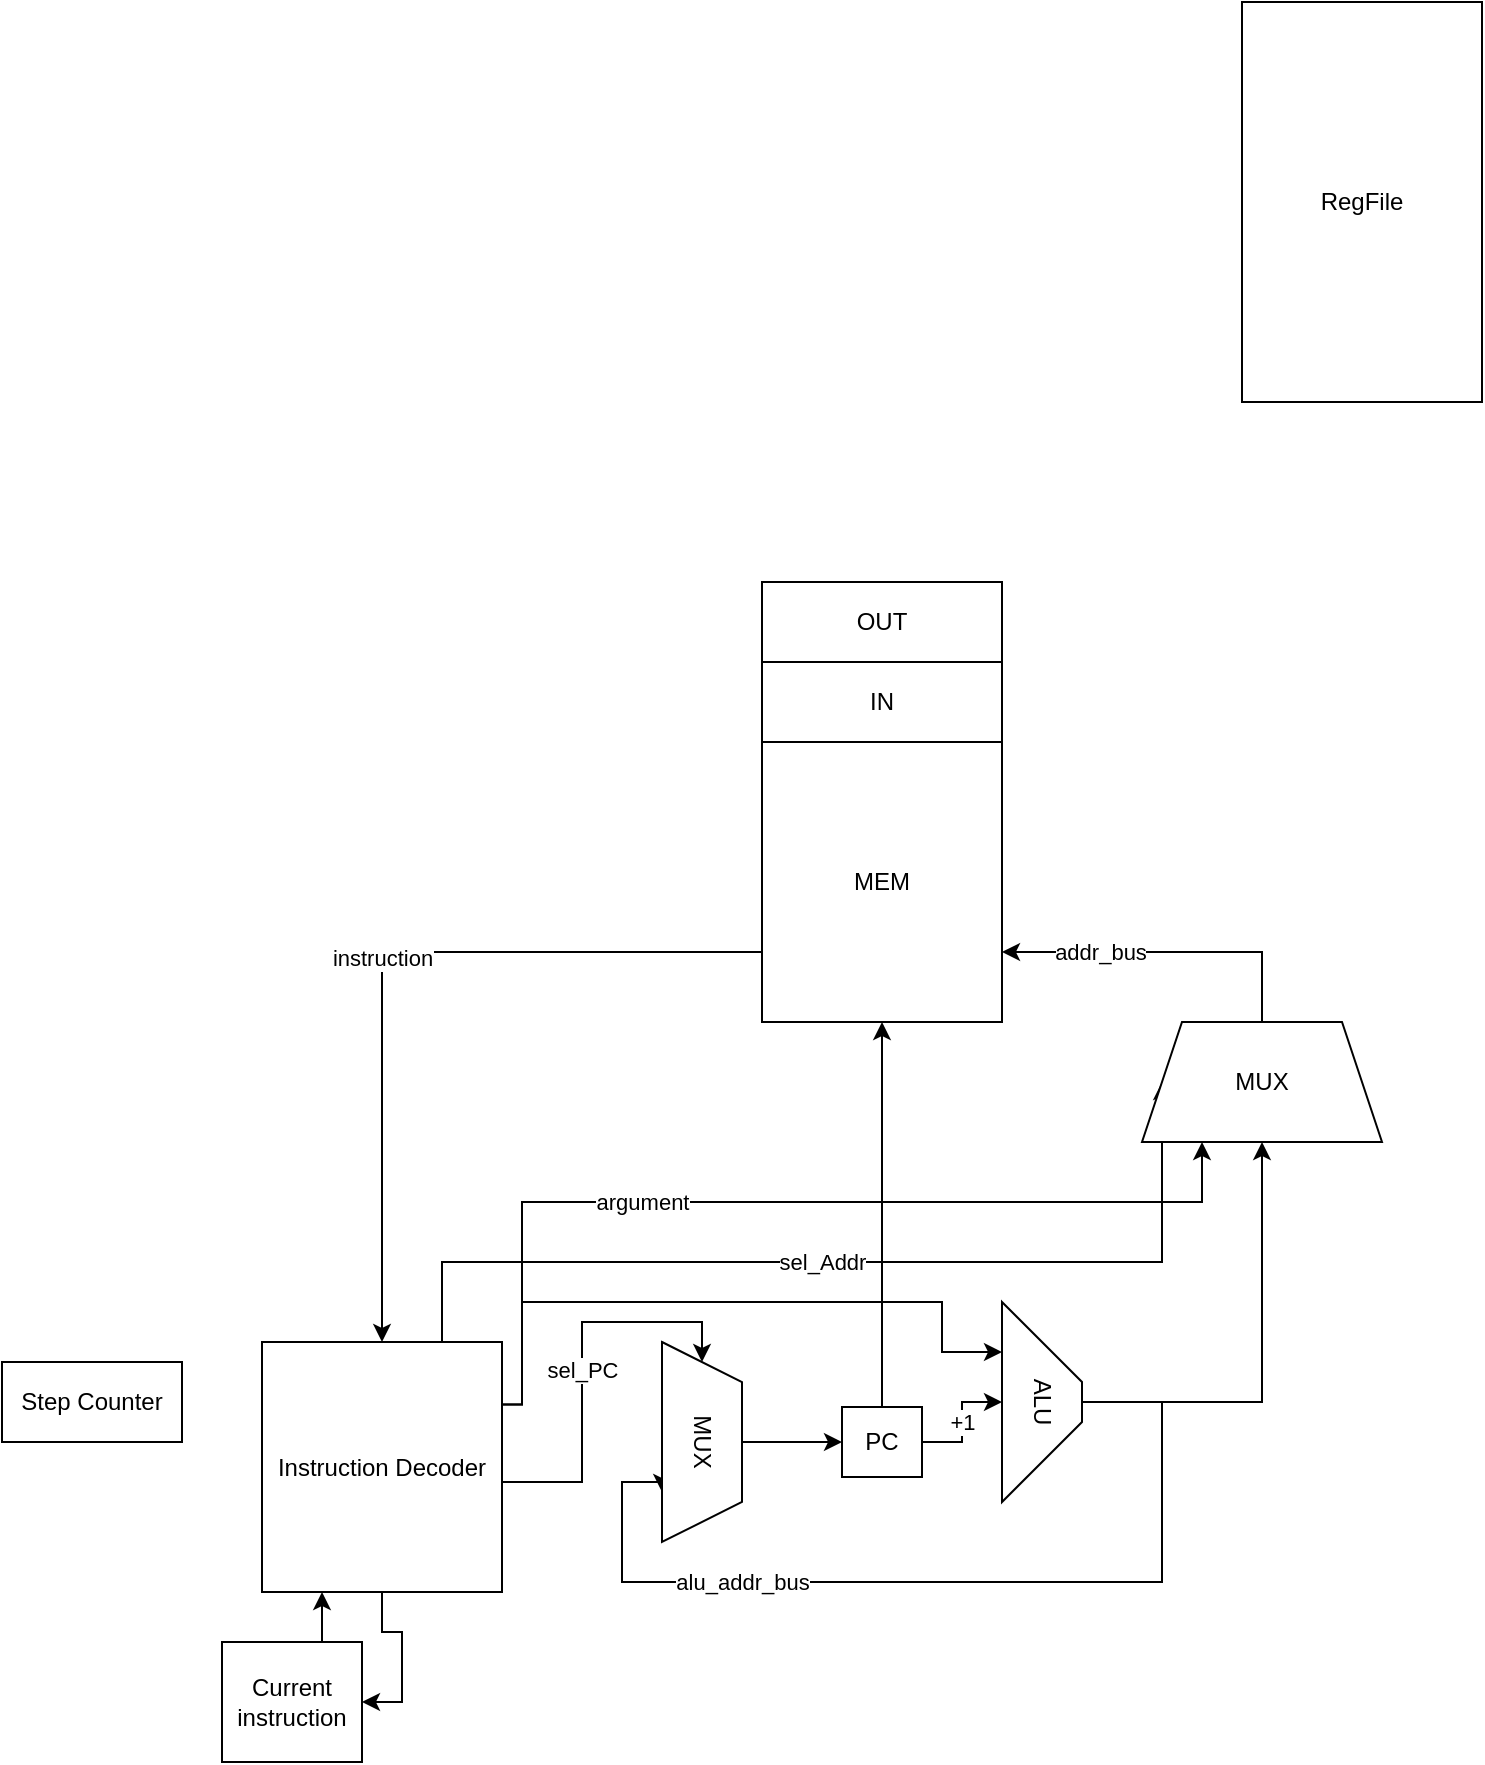
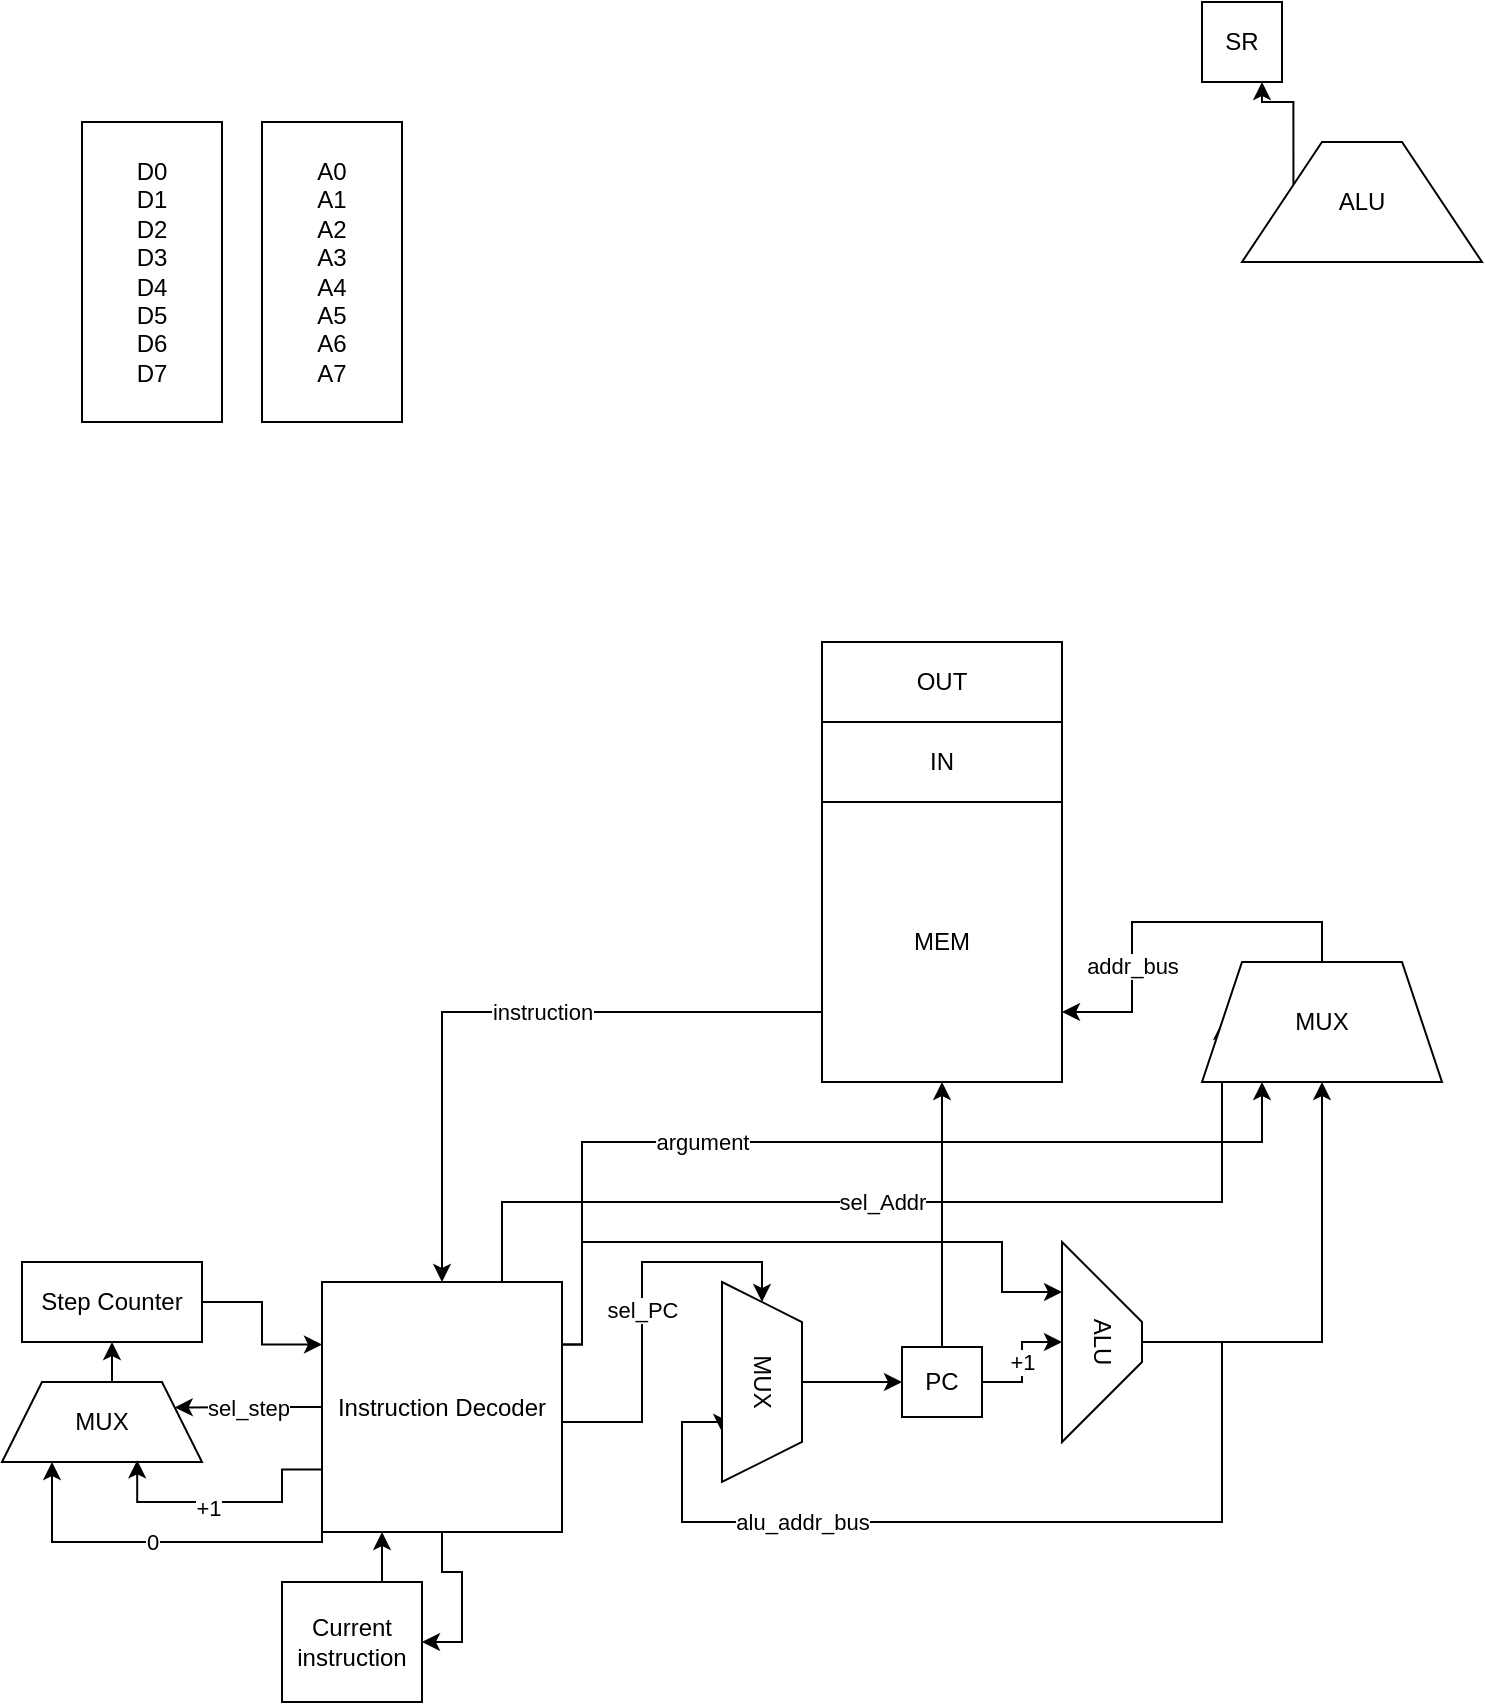
<mxfile host="app.diagrams.net">
  <diagram name="Page-1" id="vD0c1nyJ2qsoY4smOO1c">
    <mxGraphModel dx="776" dy="638" grid="1" gridSize="10" guides="1" tooltips="1" connect="1" arrows="1" fold="1" page="1" pageScale="1" pageWidth="850" pageHeight="1100" math="0" shadow="0">
      <root>
        <mxCell id="0" />
        <mxCell id="1" parent="0" />
-         <mxCell id="tmCgyVSAr47gJ168LUJc-6" parent="1" style="rounded=0;whiteSpace=wrap;html=1;" value="RegFile" vertex="1">
-           <mxGeometry height="200" width="120" x="650" y="60" as="geometry" />
+         <mxCell id="tmCgyVSAr47gJ168LUJc-6" parent="1" style="rounded=0;whiteSpace=wrap;html=1;" value="D0&lt;div&gt;D1&lt;/div&gt;&lt;div&gt;D2&lt;/div&gt;&lt;div&gt;D3&lt;/div&gt;&lt;div&gt;D4&lt;/div&gt;&lt;div&gt;D5&lt;/div&gt;&lt;div&gt;D6&lt;/div&gt;&lt;div&gt;D7&lt;/div&gt;" vertex="1">
+           <mxGeometry height="150" width="70" x="40" y="150" as="geometry" />
        </mxCell>
        <mxCell id="tmCgyVSAr47gJ168LUJc-29" edge="1" parent="1" source="tmCgyVSAr47gJ168LUJc-7" style="edgeStyle=orthogonalEdgeStyle;rounded=0;orthogonalLoop=1;jettySize=auto;html=1;exitX=0;exitY=0.75;exitDx=0;exitDy=0;entryX=0.5;entryY=0;entryDx=0;entryDy=0;" target="tmCgyVSAr47gJ168LUJc-8" value="instruction">
-           <mxGeometry relative="1" as="geometry" />
+           <mxGeometry relative="1" x="-0.1385" as="geometry">
+             <mxPoint as="offset" />
+           </mxGeometry>
        </mxCell>
        <mxCell id="tmCgyVSAr47gJ168LUJc-7" parent="1" style="rounded=0;whiteSpace=wrap;html=1;" value="MEM" vertex="1">
-           <mxGeometry height="140" width="120" x="410" y="430" as="geometry" />
+           <mxGeometry height="140" width="120" x="410" y="490" as="geometry" />
        </mxCell>
        <mxCell id="tmCgyVSAr47gJ168LUJc-18" edge="1" parent="1" source="tmCgyVSAr47gJ168LUJc-8" style="edgeStyle=orthogonalEdgeStyle;rounded=0;orthogonalLoop=1;jettySize=auto;html=1;exitX=1;exitY=0.5;exitDx=0;exitDy=0;entryX=0;entryY=0.5;entryDx=0;entryDy=0;" target="tmCgyVSAr47gJ168LUJc-17" value="sel_PC">
          <mxGeometry relative="1" as="geometry">
            <Array as="points">
              <mxPoint x="280" y="800" />
              <mxPoint x="320" y="800" />
              <mxPoint x="320" y="720" />
              <mxPoint x="380" y="720" />
            </Array>
          </mxGeometry>
        </mxCell>
        <mxCell id="tmCgyVSAr47gJ168LUJc-27" edge="1" parent="1" source="tmCgyVSAr47gJ168LUJc-8" style="edgeStyle=orthogonalEdgeStyle;rounded=0;orthogonalLoop=1;jettySize=auto;html=1;exitX=0.75;exitY=0;exitDx=0;exitDy=0;entryX=0;entryY=0.5;entryDx=0;entryDy=0;" target="tmCgyVSAr47gJ168LUJc-25" value="sel_Addr">
          <mxGeometry relative="1" x="-0.0612" as="geometry">
            <mxPoint as="offset" />
            <Array as="points">
              <mxPoint x="250" y="690" />
            </Array>
          </mxGeometry>
        </mxCell>
        <mxCell id="tmCgyVSAr47gJ168LUJc-31" edge="1" parent="1" source="tmCgyVSAr47gJ168LUJc-8" style="edgeStyle=orthogonalEdgeStyle;rounded=0;orthogonalLoop=1;jettySize=auto;html=1;exitX=0.5;exitY=1;exitDx=0;exitDy=0;entryX=1;entryY=0.5;entryDx=0;entryDy=0;" target="tmCgyVSAr47gJ168LUJc-30">
          <mxGeometry relative="1" as="geometry" />
        </mxCell>
        <mxCell id="tmCgyVSAr47gJ168LUJc-38" edge="1" parent="1" source="tmCgyVSAr47gJ168LUJc-8" style="edgeStyle=orthogonalEdgeStyle;rounded=0;orthogonalLoop=1;jettySize=auto;html=1;exitX=1;exitY=0.25;exitDx=0;exitDy=0;entryX=0.25;entryY=1;entryDx=0;entryDy=0;" target="tmCgyVSAr47gJ168LUJc-15">
          <mxGeometry relative="1" as="geometry">
            <Array as="points">
              <mxPoint x="290" y="761" />
              <mxPoint x="290" y="710" />
              <mxPoint x="500" y="710" />
              <mxPoint x="500" y="735" />
            </Array>
          </mxGeometry>
        </mxCell>
        <mxCell id="tmCgyVSAr47gJ168LUJc-40" edge="1" parent="1" source="tmCgyVSAr47gJ168LUJc-8" style="edgeStyle=orthogonalEdgeStyle;rounded=0;orthogonalLoop=1;jettySize=auto;html=1;exitX=1;exitY=0.25;exitDx=0;exitDy=0;entryX=0.25;entryY=1;entryDx=0;entryDy=0;" target="tmCgyVSAr47gJ168LUJc-25">
          <mxGeometry relative="1" as="geometry">
            <Array as="points">
              <mxPoint x="290" y="761" />
              <mxPoint x="290" y="660" />
              <mxPoint x="630" y="660" />
            </Array>
          </mxGeometry>
        </mxCell>
        <mxCell id="tmCgyVSAr47gJ168LUJc-41" connectable="0" parent="tmCgyVSAr47gJ168LUJc-40" style="edgeLabel;html=1;align=center;verticalAlign=middle;resizable=0;points=[];" value="argument" vertex="1">
          <mxGeometry relative="1" x="0.5385" y="2" as="geometry">
            <mxPoint x="-199" y="2" as="offset" />
          </mxGeometry>
        </mxCell>
+         <mxCell id="tmCgyVSAr47gJ168LUJc-45" edge="1" parent="1" source="tmCgyVSAr47gJ168LUJc-8" style="edgeStyle=orthogonalEdgeStyle;rounded=0;orthogonalLoop=1;jettySize=auto;html=1;exitX=0;exitY=1;exitDx=0;exitDy=0;entryX=0.25;entryY=1;entryDx=0;entryDy=0;" target="tmCgyVSAr47gJ168LUJc-42" value="0">
+           <mxGeometry relative="1" as="geometry">
+             <Array as="points">
+               <mxPoint x="160" y="860" />
+               <mxPoint x="25" y="860" />
+             </Array>
+           </mxGeometry>
+         </mxCell>
+         <mxCell id="tmCgyVSAr47gJ168LUJc-47" edge="1" parent="1" source="tmCgyVSAr47gJ168LUJc-8" style="edgeStyle=orthogonalEdgeStyle;rounded=0;orthogonalLoop=1;jettySize=auto;html=1;exitX=0;exitY=0.5;exitDx=0;exitDy=0;entryX=1;entryY=0.25;entryDx=0;entryDy=0;" target="tmCgyVSAr47gJ168LUJc-42" value="sel_step">
+           <mxGeometry relative="1" as="geometry" />
+         </mxCell>
        <mxCell id="tmCgyVSAr47gJ168LUJc-8" parent="1" style="rounded=0;whiteSpace=wrap;html=1;" value="Instruction Decoder" vertex="1">
          <mxGeometry height="125" width="120" x="160" y="730" as="geometry" />
        </mxCell>
        <mxCell id="tmCgyVSAr47gJ168LUJc-20" edge="1" parent="1" source="tmCgyVSAr47gJ168LUJc-11" style="edgeStyle=orthogonalEdgeStyle;rounded=0;orthogonalLoop=1;jettySize=auto;html=1;exitX=0.5;exitY=0;exitDx=0;exitDy=0;entryX=0.5;entryY=1;entryDx=0;entryDy=0;" target="tmCgyVSAr47gJ168LUJc-7">
          <mxGeometry relative="1" as="geometry" />
        </mxCell>
        <mxCell id="tmCgyVSAr47gJ168LUJc-33" edge="1" parent="1" source="tmCgyVSAr47gJ168LUJc-11" style="edgeStyle=orthogonalEdgeStyle;rounded=0;orthogonalLoop=1;jettySize=auto;html=1;exitX=1;exitY=0.5;exitDx=0;exitDy=0;entryX=0.5;entryY=1;entryDx=0;entryDy=0;" target="tmCgyVSAr47gJ168LUJc-15" value="+1">
          <mxGeometry relative="1" as="geometry" />
        </mxCell>
        <mxCell id="tmCgyVSAr47gJ168LUJc-11" parent="1" style="rounded=0;whiteSpace=wrap;html=1;" value="PC" vertex="1">
          <mxGeometry height="35" width="40" x="450" y="762.5" as="geometry" />
        </mxCell>
+         <mxCell id="tmCgyVSAr47gJ168LUJc-48" edge="1" parent="1" source="tmCgyVSAr47gJ168LUJc-12" style="edgeStyle=orthogonalEdgeStyle;rounded=0;orthogonalLoop=1;jettySize=auto;html=1;exitX=1;exitY=0.5;exitDx=0;exitDy=0;entryX=0;entryY=0.25;entryDx=0;entryDy=0;" target="tmCgyVSAr47gJ168LUJc-8">
+           <mxGeometry relative="1" as="geometry" />
+         </mxCell>
        <mxCell id="tmCgyVSAr47gJ168LUJc-12" parent="1" style="rounded=0;whiteSpace=wrap;html=1;" value="Step Counter" vertex="1">
-           <mxGeometry height="40" width="90" x="30" y="740" as="geometry" />
+           <mxGeometry height="40" width="90" x="10" y="720" as="geometry" />
        </mxCell>
        <mxCell id="tmCgyVSAr47gJ168LUJc-24" edge="1" parent="1" source="tmCgyVSAr47gJ168LUJc-15" style="edgeStyle=orthogonalEdgeStyle;rounded=0;orthogonalLoop=1;jettySize=auto;html=1;exitX=0.5;exitY=0;exitDx=0;exitDy=0;entryX=0.75;entryY=1;entryDx=0;entryDy=0;" target="tmCgyVSAr47gJ168LUJc-17" value="alu_addr_bus">
          <mxGeometry relative="1" x="0.4316" as="geometry">
            <mxPoint as="offset" />
            <Array as="points">
              <mxPoint x="610" y="760" />
              <mxPoint x="610" y="850" />
              <mxPoint x="340" y="850" />
              <mxPoint x="340" y="800" />
              <mxPoint x="360" y="800" />
            </Array>
          </mxGeometry>
        </mxCell>
        <mxCell id="tmCgyVSAr47gJ168LUJc-26" edge="1" parent="1" source="tmCgyVSAr47gJ168LUJc-15" style="edgeStyle=orthogonalEdgeStyle;rounded=0;orthogonalLoop=1;jettySize=auto;html=1;exitX=0.5;exitY=0;exitDx=0;exitDy=0;entryX=0.5;entryY=1;entryDx=0;entryDy=0;" target="tmCgyVSAr47gJ168LUJc-25">
          <mxGeometry relative="1" as="geometry" />
        </mxCell>
        <mxCell id="tmCgyVSAr47gJ168LUJc-15" parent="1" style="shape=trapezoid;perimeter=trapezoidPerimeter;whiteSpace=wrap;html=1;fixedSize=1;rotation=90;size=40;" value="ALU" vertex="1">
          <mxGeometry height="40" width="100" x="500" y="740" as="geometry" />
        </mxCell>
        <mxCell id="tmCgyVSAr47gJ168LUJc-19" edge="1" parent="1" source="tmCgyVSAr47gJ168LUJc-17" style="edgeStyle=orthogonalEdgeStyle;rounded=0;orthogonalLoop=1;jettySize=auto;html=1;exitX=0.5;exitY=0;exitDx=0;exitDy=0;entryX=0;entryY=0.5;entryDx=0;entryDy=0;" target="tmCgyVSAr47gJ168LUJc-11">
          <mxGeometry relative="1" as="geometry" />
        </mxCell>
        <mxCell id="tmCgyVSAr47gJ168LUJc-17" parent="1" style="shape=trapezoid;perimeter=trapezoidPerimeter;whiteSpace=wrap;html=1;fixedSize=1;rotation=90;" value="MUX" vertex="1">
          <mxGeometry height="40" width="100" x="330" y="760" as="geometry" />
        </mxCell>
        <mxCell id="tmCgyVSAr47gJ168LUJc-34" edge="1" parent="1" source="tmCgyVSAr47gJ168LUJc-25" style="edgeStyle=orthogonalEdgeStyle;rounded=0;orthogonalLoop=1;jettySize=auto;html=1;exitX=0.5;exitY=0;exitDx=0;exitDy=0;entryX=1;entryY=0.75;entryDx=0;entryDy=0;" target="tmCgyVSAr47gJ168LUJc-7" value="addr_bus">
          <mxGeometry relative="1" x="0.4074" as="geometry">
            <mxPoint as="offset" />
          </mxGeometry>
        </mxCell>
        <mxCell id="tmCgyVSAr47gJ168LUJc-25" parent="1" style="shape=trapezoid;perimeter=trapezoidPerimeter;whiteSpace=wrap;html=1;fixedSize=1;rotation=0;" value="MUX" vertex="1">
          <mxGeometry height="60" width="120" x="600" y="570" as="geometry" />
        </mxCell>
        <mxCell id="tmCgyVSAr47gJ168LUJc-32" edge="1" parent="1" source="tmCgyVSAr47gJ168LUJc-30" style="edgeStyle=orthogonalEdgeStyle;rounded=0;orthogonalLoop=1;jettySize=auto;html=1;exitX=0.75;exitY=0;exitDx=0;exitDy=0;entryX=0.25;entryY=1;entryDx=0;entryDy=0;" target="tmCgyVSAr47gJ168LUJc-8">
          <mxGeometry relative="1" as="geometry" />
        </mxCell>
        <mxCell id="tmCgyVSAr47gJ168LUJc-30" parent="1" style="whiteSpace=wrap;html=1;" value="Current instruction" vertex="1">
          <mxGeometry height="60" width="70" x="140" y="880" as="geometry" />
        </mxCell>
        <mxCell id="tmCgyVSAr47gJ168LUJc-35" parent="1" style="whiteSpace=wrap;html=1;" value="IN" vertex="1">
-           <mxGeometry height="40" width="120" x="410" y="390" as="geometry" />
+           <mxGeometry height="40" width="120" x="410" y="450" as="geometry" />
        </mxCell>
        <mxCell id="tmCgyVSAr47gJ168LUJc-36" parent="1" style="whiteSpace=wrap;html=1;" value="OUT" vertex="1">
-           <mxGeometry height="40" width="120" x="410" y="350" as="geometry" />
+           <mxGeometry height="40" width="120" x="410" y="410" as="geometry" />
+         </mxCell>
+         <mxCell id="tmCgyVSAr47gJ168LUJc-43" edge="1" parent="1" source="tmCgyVSAr47gJ168LUJc-42" style="edgeStyle=orthogonalEdgeStyle;rounded=0;orthogonalLoop=1;jettySize=auto;html=1;exitX=0.5;exitY=0;exitDx=0;exitDy=0;entryX=0.5;entryY=1;entryDx=0;entryDy=0;" target="tmCgyVSAr47gJ168LUJc-12">
+           <mxGeometry relative="1" as="geometry" />
+         </mxCell>
+         <mxCell id="tmCgyVSAr47gJ168LUJc-42" parent="1" style="shape=trapezoid;perimeter=trapezoidPerimeter;whiteSpace=wrap;html=1;fixedSize=1;rotation=0;" value="MUX" vertex="1">
+           <mxGeometry height="40" width="100" y="780" as="geometry" />
+         </mxCell>
+         <mxCell id="tmCgyVSAr47gJ168LUJc-44" edge="1" parent="1" source="tmCgyVSAr47gJ168LUJc-8" style="edgeStyle=orthogonalEdgeStyle;rounded=0;orthogonalLoop=1;jettySize=auto;html=1;exitX=0;exitY=0.75;exitDx=0;exitDy=0;entryX=0.676;entryY=0.979;entryDx=0;entryDy=0;entryPerimeter=0;" target="tmCgyVSAr47gJ168LUJc-42">
+           <mxGeometry relative="1" as="geometry">
+             <Array as="points">
+               <mxPoint x="140" y="824" />
+               <mxPoint x="140" y="840" />
+               <mxPoint x="68" y="840" />
+             </Array>
+           </mxGeometry>
+         </mxCell>
+         <mxCell id="tmCgyVSAr47gJ168LUJc-46" connectable="0" parent="tmCgyVSAr47gJ168LUJc-44" style="edgeLabel;html=1;align=center;verticalAlign=middle;resizable=0;points=[];" value="+1" vertex="1">
+           <mxGeometry relative="1" x="0.1365" y="3" as="geometry">
+             <mxPoint as="offset" />
+           </mxGeometry>
+         </mxCell>
+         <mxCell id="tmCgyVSAr47gJ168LUJc-49" parent="1" style="rounded=0;whiteSpace=wrap;html=1;" value="A0&lt;div&gt;A1&lt;/div&gt;&lt;div&gt;A2&lt;/div&gt;&lt;div&gt;A3&lt;/div&gt;&lt;div&gt;A4&lt;/div&gt;&lt;div&gt;A5&lt;/div&gt;&lt;div&gt;A6&lt;/div&gt;&lt;div&gt;A7&lt;/div&gt;" vertex="1">
+           <mxGeometry height="150" width="70" x="130" y="150" as="geometry" />
+         </mxCell>
+         <mxCell id="tmCgyVSAr47gJ168LUJc-50" parent="1" style="whiteSpace=wrap;html=1;" value="SR" vertex="1">
+           <mxGeometry height="40" width="40" x="600" y="90" as="geometry" />
+         </mxCell>
+         <mxCell id="tmCgyVSAr47gJ168LUJc-53" edge="1" parent="1" source="tmCgyVSAr47gJ168LUJc-51" style="edgeStyle=orthogonalEdgeStyle;rounded=0;orthogonalLoop=1;jettySize=auto;html=1;exitX=0;exitY=0.25;exitDx=0;exitDy=0;entryX=0.75;entryY=1;entryDx=0;entryDy=0;" target="tmCgyVSAr47gJ168LUJc-50">
+           <mxGeometry relative="1" as="geometry" />
+         </mxCell>
+         <mxCell id="tmCgyVSAr47gJ168LUJc-51" parent="1" style="shape=trapezoid;perimeter=trapezoidPerimeter;whiteSpace=wrap;html=1;fixedSize=1;size=40;" value="ALU" vertex="1">
+           <mxGeometry height="60" width="120" x="620" y="160" as="geometry" />
        </mxCell>
      </root>
    </mxGraphModel>
  </diagram>
</mxfile>
